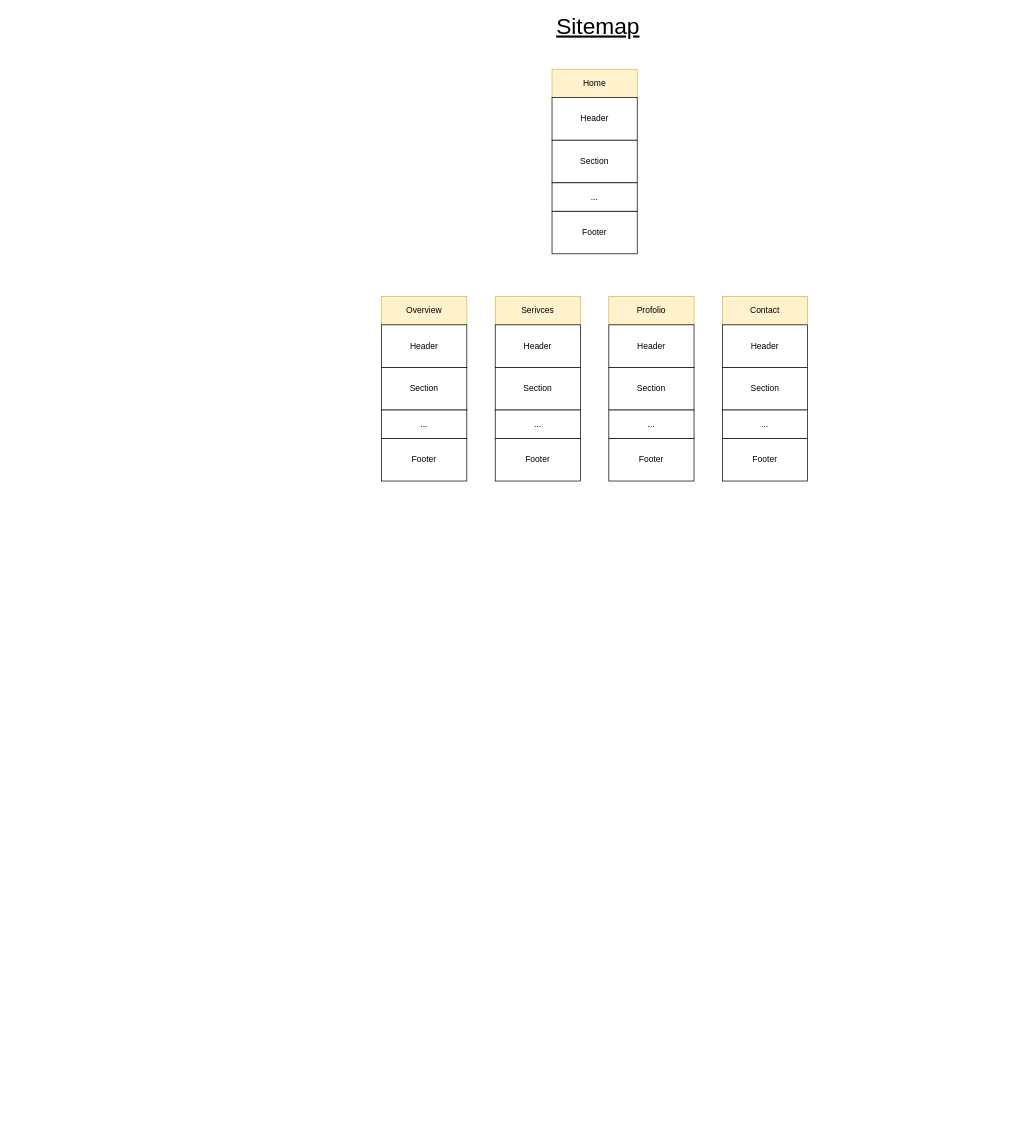
Earlier version of the draw.io diagram Website_Design_Process.drawio (johnseetoh25/draw.io_Gallery). Source tidied: cells renumbered, new cells numbered last; positions are measured from the earlier drawing's top-left corner, leaving out a move shared by most shapes. Both pictures are drawn from the tidied source at 71%, with x=0, y=0 at pixel (381, 12).
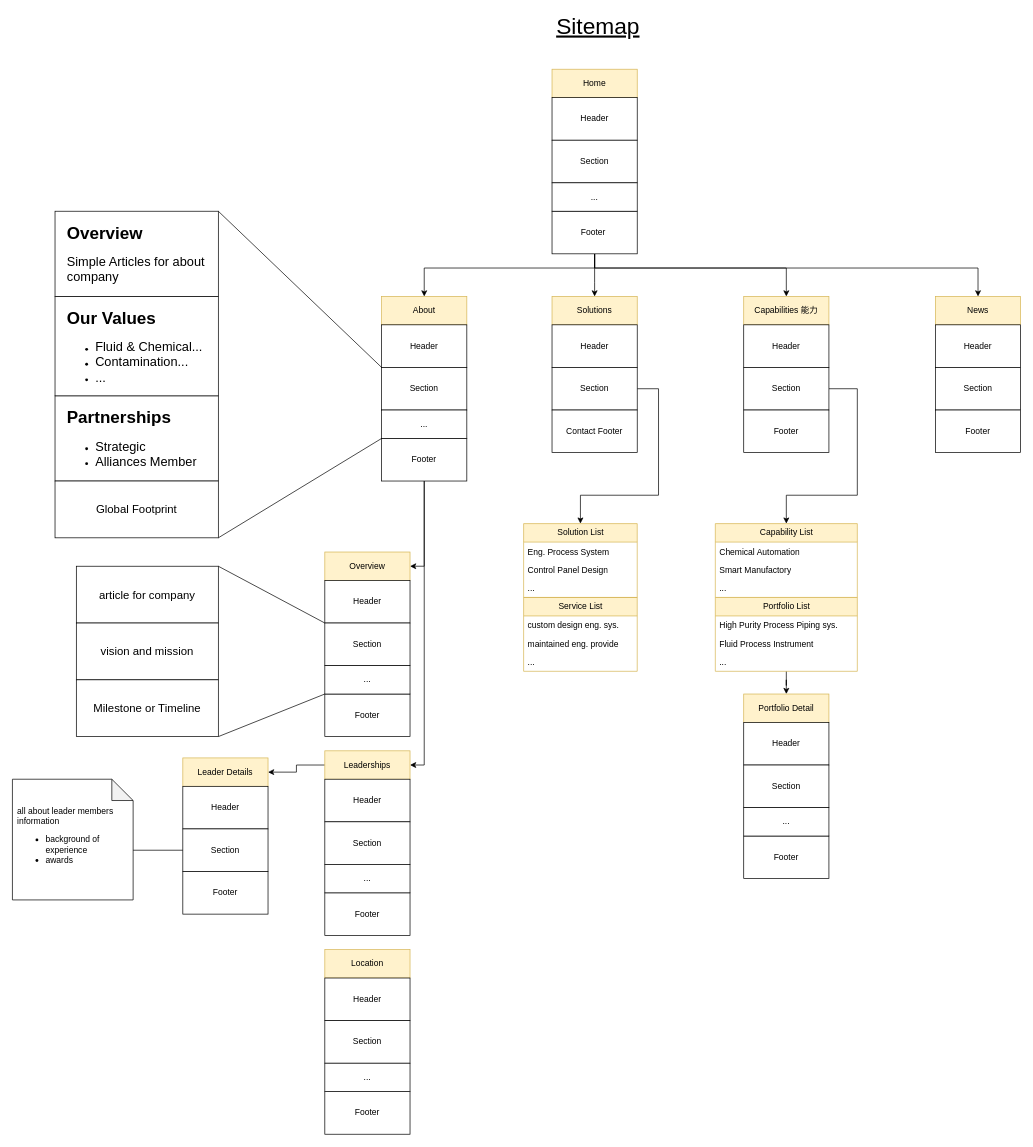
The same diagram, later.

Unchanged cells that the change refers to:
```xml
<mxCell id="10" value="Section" style="rounded=0;whiteSpace=wrap;html=1;" parent="1" vertex="1">
  <mxGeometry y="500" width="120" height="60" as="geometry" />
</mxCell>
<mxCell id="11" value="Footer" style="rounded=0;whiteSpace=wrap;html=1;" parent="1" vertex="1">
  <mxGeometry y="600" width="120" height="60" as="geometry" />
</mxCell>
<mxCell id="12" value="..." style="rounded=0;whiteSpace=wrap;html=1;" parent="1" vertex="1">
  <mxGeometry y="560" width="120" height="40" as="geometry" />
</mxCell>
```

Change to the diagram source:
```diff
@@
+    <mxCell id="28" style="edgeStyle=orthogonalEdgeStyle;rounded=0;jettySize=auto;html=1;entryX=0.5;entryY=0;entryDx=0;entryDy=0;" parent="1" edge="1" source="6" target="8">
+      <mxGeometry relative="1" as="geometry">
+        <Array as="points">
+          <mxPoint x="300" y="360" />
+          <mxPoint x="60" y="360" />
+        </Array>
+      </mxGeometry>
+    </mxCell>
+    <mxCell id="29" style="edgeStyle=orthogonalEdgeStyle;rounded=0;jettySize=auto;html=1;entryX=0.5;entryY=0;entryDx=0;entryDy=0;" parent="1" edge="1" source="6" target="13">
+      <mxGeometry relative="1" as="geometry">
+        <Array as="points">
+          <mxPoint x="300" y="380" />
+          <mxPoint x="300" y="380" />
+        </Array>
+      </mxGeometry>
+    </mxCell>
+    <mxCell id="30" style="edgeStyle=orthogonalEdgeStyle;rounded=0;jettySize=auto;html=1;entryX=0.5;entryY=0;entryDx=0;entryDy=0;" parent="1" edge="1" source="6" target="18">
+      <mxGeometry relative="1" as="geometry">
+        <Array as="points">
+          <mxPoint x="300" y="360" />
+          <mxPoint x="570" y="360" />
+        </Array>
+      </mxGeometry>
+    </mxCell>
+    <mxCell id="31" style="edgeStyle=orthogonalEdgeStyle;rounded=0;jettySize=auto;html=1;entryX=0.5;entryY=0;entryDx=0;entryDy=0;" parent="1" edge="1" source="6" target="23">
+      <mxGeometry relative="1" as="geometry">
+        <Array as="points">
+          <mxPoint x="300" y="360" />
+          <mxPoint x="840" y="360" />
+        </Array>
+      </mxGeometry>
+    </mxCell>
-    <mxCell id="6" value="Footer" style="rounded=0;whiteSpace=wrap;html=1;" parent="1" vertex="1">
+    <mxCell id="6" value="Footer&lt;span style=&quot;background-color: transparent; color: light-dark(rgb(0, 0, 0), rgb(255, 255, 255));&quot;&gt;&amp;nbsp;&lt;/span&gt;" style="rounded=0;whiteSpace=wrap;html=1;" parent="1" vertex="1">
       <mxGeometry x="240" y="280" width="120" height="60" as="geometry" />
     </mxCell>
@@
-    <mxCell id="8" value="Overview" style="rounded=0;whiteSpace=wrap;html=1;fillColor=#fff2cc;strokeColor=#d6b656;" parent="1" vertex="1">
+    <mxCell id="8" value="About" style="rounded=0;whiteSpace=wrap;html=1;fillColor=#fff2cc;strokeColor=#d6b656;" parent="1" vertex="1">
       <mxGeometry y="400" width="120" height="40" as="geometry" />
     </mxCell>
@@
+    <mxCell id="32" style="edgeStyle=orthogonalEdgeStyle;rounded=0;jettySize=auto;html=1;entryX=1;entryY=0.5;entryDx=0;entryDy=0;" parent="1" edge="1" source="11" target="46">
+      <mxGeometry relative="1" as="geometry" />
+    </mxCell>
+    <mxCell id="33" style="edgeStyle=orthogonalEdgeStyle;rounded=0;jettySize=auto;html=1;entryX=1;entryY=0.5;entryDx=0;entryDy=0;" parent="1" edge="1" source="11" target="37">
+      <mxGeometry relative="1" as="geometry" />
+    </mxCell>
@@
-    <mxCell id="13" value="Serivces" style="rounded=0;whiteSpace=wrap;html=1;fillColor=#fff2cc;strokeColor=#d6b656;" parent="1" vertex="1">
-      <mxGeometry x="160" y="400" width="120" height="40" as="geometry" />
+    <mxCell id="13" value="Solutions" style="rounded=0;whiteSpace=wrap;html=1;fillColor=#fff2cc;strokeColor=#d6b656;" parent="1" vertex="1">
+      <mxGeometry x="240" y="400" width="120" height="40" as="geometry" />
     </mxCell>
     <mxCell id="14" value="Header" style="rounded=0;whiteSpace=wrap;html=1;" parent="1" vertex="1">
-      <mxGeometry x="160" y="440" width="120" height="60" as="geometry" />
+      <mxGeometry x="240" y="440" width="120" height="60" as="geometry" />
     </mxCell>
+    <mxCell id="34" style="edgeStyle=orthogonalEdgeStyle;rounded=0;jettySize=auto;html=1;entryX=0.5;entryY=0;entryDx=0;entryDy=0;" parent="1" edge="1" source="15" target="81">
+      <mxGeometry relative="1" as="geometry">
+        <Array as="points">
+          <mxPoint x="390" y="530" />
+          <mxPoint x="390" y="680" />
+          <mxPoint x="280" y="680" />
+        </Array>
+      </mxGeometry>
+    </mxCell>
     <mxCell id="15" value="Section" style="rounded=0;whiteSpace=wrap;html=1;" parent="1" vertex="1">
-      <mxGeometry x="160" y="500" width="120" height="60" as="geometry" />
+      <mxGeometry x="240" y="500" width="120" height="60" as="geometry" />
     </mxCell>
-    <mxCell id="16" value="Footer" style="rounded=0;whiteSpace=wrap;html=1;" parent="1" vertex="1">
-      <mxGeometry x="160" y="600" width="120" height="60" as="geometry" />
+    <mxCell id="16" value="Contact Footer" style="rounded=0;whiteSpace=wrap;html=1;" parent="1" vertex="1">
+      <mxGeometry x="240" y="560" width="120" height="60" as="geometry" />
     </mxCell>
-    <mxCell id="17" value="..." style="rounded=0;whiteSpace=wrap;html=1;" parent="1" vertex="1">
-      <mxGeometry x="160" y="560" width="120" height="40" as="geometry" />
-    </mxCell>
-    <mxCell id="18" value="Profolio" style="rounded=0;whiteSpace=wrap;html=1;fillColor=#fff2cc;strokeColor=#d6b656;" parent="1" vertex="1">
-      <mxGeometry x="320" y="400" width="120" height="40" as="geometry" />
+    <mxCell id="18" value="Capabilities 能力" style="rounded=0;whiteSpace=wrap;html=1;fillColor=#fff2cc;strokeColor=#d6b656;" parent="1" vertex="1">
+      <mxGeometry x="510" y="400" width="120" height="40" as="geometry" />
     </mxCell>
     <mxCell id="19" value="Header" style="rounded=0;whiteSpace=wrap;html=1;" parent="1" vertex="1">
-      <mxGeometry x="320" y="440" width="120" height="60" as="geometry" />
+      <mxGeometry x="510" y="440" width="120" height="60" as="geometry" />
     </mxCell>
+    <mxCell id="35" style="edgeStyle=orthogonalEdgeStyle;rounded=0;jettySize=auto;html=1;entryX=0.5;entryY=0;entryDx=0;entryDy=0;" parent="1" edge="1" source="20" target="73">
+      <mxGeometry relative="1" as="geometry">
+        <Array as="points">
+          <mxPoint x="670" y="530" />
+          <mxPoint x="670" y="680" />
+          <mxPoint x="570" y="680" />
+        </Array>
+      </mxGeometry>
+    </mxCell>
     <mxCell id="20" value="Section" style="rounded=0;whiteSpace=wrap;html=1;" parent="1" vertex="1">
-      <mxGeometry x="320" y="500" width="120" height="60" as="geometry" />
+      <mxGeometry x="510" y="500" width="120" height="60" as="geometry" />
     </mxCell>
     <mxCell id="21" value="Footer" style="rounded=0;whiteSpace=wrap;html=1;" parent="1" vertex="1">
-      <mxGeometry x="320" y="600" width="120" height="60" as="geometry" />
+      <mxGeometry x="510" y="560" width="120" height="60" as="geometry" />
     </mxCell>
-    <mxCell id="22" value="..." style="rounded=0;whiteSpace=wrap;html=1;" parent="1" vertex="1">
-      <mxGeometry x="320" y="560" width="120" height="40" as="geometry" />
-    </mxCell>
-    <mxCell id="23" value="Contact" style="rounded=0;whiteSpace=wrap;html=1;fillColor=#fff2cc;strokeColor=#d6b656;" parent="1" vertex="1">
-      <mxGeometry x="480" y="400" width="120" height="40" as="geometry" />
+    <mxCell id="23" value="News" style="rounded=0;whiteSpace=wrap;html=1;fillColor=#fff2cc;strokeColor=#d6b656;" parent="1" vertex="1">
+      <mxGeometry x="780" y="400" width="120" height="40" as="geometry" />
     </mxCell>
     <mxCell id="24" value="Header" style="rounded=0;whiteSpace=wrap;html=1;" parent="1" vertex="1">
-      <mxGeometry x="480" y="440" width="120" height="60" as="geometry" />
+      <mxGeometry x="780" y="440" width="120" height="60" as="geometry" />
     </mxCell>
     <mxCell id="25" value="Section" style="rounded=0;whiteSpace=wrap;html=1;" parent="1" vertex="1">
-      <mxGeometry x="480" y="500" width="120" height="60" as="geometry" />
+      <mxGeometry x="780" y="500" width="120" height="60" as="geometry" />
     </mxCell>
     <mxCell id="26" value="Footer" style="rounded=0;whiteSpace=wrap;html=1;" parent="1" vertex="1">
-      <mxGeometry x="480" y="600" width="120" height="60" as="geometry" />
+      <mxGeometry x="780" y="560" width="120" height="60" as="geometry" />
     </mxCell>
-    <mxCell id="27" value="..." style="rounded=0;whiteSpace=wrap;html=1;" parent="1" vertex="1">
-      <mxGeometry x="480" y="560" width="120" height="40" as="geometry" />
-    </mxCell>
+    <mxCell id="36" style="edgeStyle=orthogonalEdgeStyle;rounded=0;jettySize=auto;html=1;entryX=1;entryY=0.5;entryDx=0;entryDy=0;" parent="1" edge="1" source="37" target="63">
+      <mxGeometry relative="1" as="geometry" />
+    </mxCell>
+    <mxCell id="37" value="Leaderships" style="rounded=0;whiteSpace=wrap;html=1;fillColor=#fff2cc;strokeColor=#d6b656;" parent="1" vertex="1">
+      <mxGeometry x="-80" y="1040" width="120" height="40" as="geometry" />
+    </mxCell>
+    <mxCell id="38" value="Header" style="rounded=0;whiteSpace=wrap;html=1;" parent="1" vertex="1">
+      <mxGeometry x="-80" y="1080" width="120" height="60" as="geometry" />
+    </mxCell>
+    <mxCell id="39" value="Section" style="rounded=0;whiteSpace=wrap;html=1;" parent="1" vertex="1">
+      <mxGeometry x="-80" y="1140" width="120" height="60" as="geometry" />
+    </mxCell>
+    <mxCell id="40" value="Footer" style="rounded=0;whiteSpace=wrap;html=1;" parent="1" vertex="1">
+      <mxGeometry x="-80" y="1240" width="120" height="60" as="geometry" />
+    </mxCell>
+    <mxCell id="41" value="..." style="rounded=0;whiteSpace=wrap;html=1;" parent="1" vertex="1">
+      <mxGeometry x="-80" y="1200" width="120" height="40" as="geometry" />
+    </mxCell>
+    <mxCell id="42" style="rounded=0;whiteSpace=wrap;html=1;" parent="1" vertex="1">
+      <mxGeometry x="-460" y="540" width="230" height="120" as="geometry" />
+    </mxCell>
+    <mxCell id="43" value="&lt;h1 style=&quot;margin-top: 0px;&quot;&gt;Partnerships&lt;/h1&gt;&lt;p&gt;&lt;/p&gt;&lt;ul&gt;&lt;li&gt;&lt;font style=&quot;font-size: 18px;&quot;&gt;Strategic&lt;/font&gt;&lt;/li&gt;&lt;li&gt;&lt;font style=&quot;font-size: 18px;&quot;&gt;Alliances Member&lt;/font&gt;&lt;/li&gt;&lt;/ul&gt;&lt;p&gt;&lt;/p&gt;" style="text;html=1;whiteSpace=wrap;overflow=hidden;rounded=0;" parent="1" vertex="1">
+      <mxGeometry x="-445" y="550" width="200" height="100" as="geometry" />
+    </mxCell>
+    <mxCell id="44" style="rounded=0;whiteSpace=wrap;html=1;" parent="1" vertex="1">
+      <mxGeometry x="-460" y="400" width="230" height="140" as="geometry" />
+    </mxCell>
+    <mxCell id="45" value="&lt;h1 style=&quot;margin-top: 0px;&quot;&gt;Our Values&lt;/h1&gt;&lt;p&gt;&lt;/p&gt;&lt;ul&gt;&lt;li&gt;&lt;span style=&quot;font-size: 18px;&quot;&gt;Fluid &amp;amp; Chemical...&lt;/span&gt;&lt;/li&gt;&lt;li&gt;&lt;span style=&quot;font-size: 18px;&quot;&gt;Contamination...&lt;/span&gt;&lt;/li&gt;&lt;li&gt;&lt;span style=&quot;font-size: 18px;&quot;&gt;...&lt;/span&gt;&lt;/li&gt;&lt;/ul&gt;&lt;p&gt;&lt;/p&gt;" style="text;html=1;whiteSpace=wrap;overflow=hidden;rounded=0;" parent="1" vertex="1">
+      <mxGeometry x="-445" y="410" width="200" height="120" as="geometry" />
+    </mxCell>
+    <mxCell id="46" value="Overview" style="rounded=0;whiteSpace=wrap;html=1;fillColor=#fff2cc;strokeColor=#d6b656;" parent="1" vertex="1">
+      <mxGeometry x="-80" y="760" width="120" height="40" as="geometry" />
+    </mxCell>
+    <mxCell id="47" value="Header" style="rounded=0;whiteSpace=wrap;html=1;" parent="1" vertex="1">
+      <mxGeometry x="-80" y="800" width="120" height="60" as="geometry" />
+    </mxCell>
+    <mxCell id="48" value="Section" style="rounded=0;whiteSpace=wrap;html=1;" parent="1" vertex="1">
+      <mxGeometry x="-80" y="860" width="120" height="60" as="geometry" />
+    </mxCell>
+    <mxCell id="49" value="Footer" style="rounded=0;whiteSpace=wrap;html=1;" parent="1" vertex="1">
+      <mxGeometry x="-80" y="960" width="120" height="60" as="geometry" />
+    </mxCell>
+    <mxCell id="50" value="..." style="rounded=0;whiteSpace=wrap;html=1;" parent="1" vertex="1">
+      <mxGeometry x="-80" y="920" width="120" height="40" as="geometry" />
+    </mxCell>
+    <mxCell id="51" style="rounded=0;whiteSpace=wrap;html=1;" parent="1" vertex="1">
+      <mxGeometry x="-460" y="280" width="230" height="120" as="geometry" />
+    </mxCell>
+    <mxCell id="52" value="&lt;h1 style=&quot;margin-top: 0px;&quot;&gt;Overview&lt;/h1&gt;&lt;p&gt;&lt;/p&gt;&lt;span style=&quot;font-size: 18px; background-color: transparent; color: light-dark(rgb(0, 0, 0), rgb(255, 255, 255));&quot;&gt;Simple Articles for about company&amp;nbsp;&lt;/span&gt;&lt;p&gt;&lt;/p&gt;" style="text;html=1;whiteSpace=wrap;overflow=hidden;rounded=0;" parent="1" vertex="1">
+      <mxGeometry x="-445" y="290" width="200" height="100" as="geometry" />
+    </mxCell>
+    <mxCell id="53" style="endArrow=none;html=1;rounded=0;entryX=0;entryY=0;entryDx=0;entryDy=0;exitX=1;exitY=0;exitDx=0;exitDy=0;" parent="1" edge="1" source="51" target="10">
+      <mxGeometry relative="1" as="geometry" />
+    </mxCell>
+    <mxCell id="54" style="endArrow=none;html=1;rounded=0;entryX=0;entryY=1;entryDx=0;entryDy=0;exitX=1;exitY=1;exitDx=0;exitDy=0;" parent="1" edge="1" source="58" target="12">
+      <mxGeometry relative="1" as="geometry" />
+    </mxCell>
+    <mxCell id="55" value="&lt;font style=&quot;font-size: 16px;&quot;&gt;article for company&lt;/font&gt;" style="rounded=0;whiteSpace=wrap;html=1;" parent="1" vertex="1">
+      <mxGeometry x="-430" y="780" width="200" height="80" as="geometry" />
+    </mxCell>
+    <mxCell id="56" value="vision and mission" style="rounded=0;whiteSpace=wrap;html=1;fontSize=16;" parent="1" vertex="1">
+      <mxGeometry x="-430" y="860" width="200" height="80" as="geometry" />
+    </mxCell>
+    <mxCell id="57" value="Milestone or Timeline" style="rounded=0;whiteSpace=wrap;html=1;fontSize=16;" parent="1" vertex="1">
+      <mxGeometry x="-430" y="940" width="200" height="80" as="geometry" />
+    </mxCell>
+    <mxCell id="58" value="Global Footprint" style="rounded=0;whiteSpace=wrap;html=1;fontSize=16;" parent="1" vertex="1">
+      <mxGeometry x="-460" y="660" width="230" height="80" as="geometry" />
+    </mxCell>
+    <mxCell id="59" style="endArrow=none;html=1;rounded=0;entryX=1;entryY=0;entryDx=0;entryDy=0;exitX=0;exitY=0;exitDx=0;exitDy=0;" parent="1" edge="1" source="48" target="55">
+      <mxGeometry relative="1" as="geometry" />
+    </mxCell>
+    <mxCell id="60" style="endArrow=none;html=1;rounded=0;entryX=0;entryY=1;entryDx=0;entryDy=0;exitX=1;exitY=1;exitDx=0;exitDy=0;" parent="1" edge="1" source="57" target="50">
+      <mxGeometry relative="1" as="geometry" />
+    </mxCell>
+    <mxCell id="61" value="&lt;div&gt;&lt;br&gt;&lt;/div&gt;" style="shape=note;whiteSpace=wrap;html=1;backgroundOutline=1;darkOpacity=0.05;align=left;" parent="1" vertex="1">
+      <mxGeometry x="-520" y="1080" width="170" height="170" as="geometry" />
+    </mxCell>
+    <mxCell id="62" value="all about leader members information&lt;div&gt;&lt;ul&gt;&lt;li&gt;background of experience&lt;/li&gt;&lt;li&gt;awards&lt;/li&gt;&lt;/ul&gt;&lt;/div&gt;" style="text;html=1;align=left;verticalAlign=middle;whiteSpace=wrap;rounded=0;" parent="1" vertex="1">
+      <mxGeometry x="-515" y="1113" width="160" height="104" as="geometry" />
+    </mxCell>
+    <mxCell id="63" value="Leader Details" style="rounded=0;whiteSpace=wrap;html=1;fillColor=#fff2cc;strokeColor=#d6b656;" parent="1" vertex="1">
+      <mxGeometry x="-280" y="1050" width="120" height="40" as="geometry" />
+    </mxCell>
+    <mxCell id="64" value="Header" style="rounded=0;whiteSpace=wrap;html=1;" parent="1" vertex="1">
+      <mxGeometry x="-280" y="1090" width="120" height="60" as="geometry" />
+    </mxCell>
+    <mxCell id="65" value="Section" style="rounded=0;whiteSpace=wrap;html=1;" parent="1" vertex="1">
+      <mxGeometry x="-280" y="1150" width="120" height="60" as="geometry" />
+    </mxCell>
+    <mxCell id="66" value="Footer" style="rounded=0;whiteSpace=wrap;html=1;" parent="1" vertex="1">
+      <mxGeometry x="-280" y="1210" width="120" height="60" as="geometry" />
+    </mxCell>
+    <mxCell id="67" style="edgeStyle=orthogonalEdgeStyle;rounded=0;jettySize=auto;html=1;entryX=0;entryY=0;entryDx=170;entryDy=100;entryPerimeter=0;endArrow=none;startFill=0;" parent="1" edge="1" source="65" target="61">
+      <mxGeometry relative="1" as="geometry" />
+    </mxCell>
+    <mxCell id="68" value="Location" style="rounded=0;whiteSpace=wrap;html=1;fillColor=#fff2cc;strokeColor=#d6b656;" parent="1" vertex="1">
+      <mxGeometry x="-80" y="1320" width="120" height="40" as="geometry" />
+    </mxCell>
+    <mxCell id="69" value="Header" style="rounded=0;whiteSpace=wrap;html=1;" parent="1" vertex="1">
+      <mxGeometry x="-80" y="1360" width="120" height="60" as="geometry" />
+    </mxCell>
+    <mxCell id="70" value="Section" style="rounded=0;whiteSpace=wrap;html=1;" parent="1" vertex="1">
+      <mxGeometry x="-80" y="1420" width="120" height="60" as="geometry" />
+    </mxCell>
+    <mxCell id="71" value="Footer" style="rounded=0;whiteSpace=wrap;html=1;" parent="1" vertex="1">
+      <mxGeometry x="-80" y="1520" width="120" height="60" as="geometry" />
+    </mxCell>
+    <mxCell id="72" value="..." style="rounded=0;whiteSpace=wrap;html=1;" parent="1" vertex="1">
+      <mxGeometry x="-80" y="1480" width="120" height="40" as="geometry" />
+    </mxCell>
+    <mxCell id="73" value="Capability List" style="swimlane;fontStyle=0;horizontal=1;startSize=26;fillColor=#fff2cc;html=1;strokeColor=#d6b656;" parent="1" vertex="1">
+      <mxGeometry x="470" y="720" width="200" height="104" as="geometry" />
+    </mxCell>
+    <mxCell id="74" value="Chemical Automation" style="text;strokeColor=none;fillColor=none;align=left;verticalAlign=top;spacingLeft=4;spacingRight=4;overflow=hidden;whiteSpace=wrap;html=1;" parent="73" vertex="1">
+      <mxGeometry y="26" width="200" height="26" as="geometry" />
+    </mxCell>
+    <mxCell id="75" value="Smart Manufactory" style="text;strokeColor=none;fillColor=none;align=left;verticalAlign=top;spacingLeft=4;spacingRight=4;overflow=hidden;whiteSpace=wrap;html=1;" parent="73" vertex="1">
+      <mxGeometry y="52" width="200" height="26" as="geometry" />
+    </mxCell>
+    <mxCell id="76" value="..." style="text;strokeColor=none;fillColor=none;align=left;verticalAlign=top;spacingLeft=4;spacingRight=4;overflow=hidden;whiteSpace=wrap;html=1;" parent="73" vertex="1">
+      <mxGeometry y="78" width="200" height="26" as="geometry" />
+    </mxCell>
+    <mxCell id="77" value="Service List" style="swimlane;fontStyle=0;horizontal=1;startSize=26;fillColor=#fff2cc;html=1;strokeColor=#d6b656;" parent="1" vertex="1">
+      <mxGeometry x="200" y="824" width="160" height="104" as="geometry" />
+    </mxCell>
+    <mxCell id="78" value="custom design eng. sys." style="text;strokeColor=none;fillColor=none;align=left;verticalAlign=top;spacingLeft=4;spacingRight=4;overflow=hidden;whiteSpace=wrap;html=1;" parent="77" vertex="1">
+      <mxGeometry y="26" width="160" height="26" as="geometry" />
+    </mxCell>
+    <mxCell id="79" value="maintained eng. provide&amp;nbsp;" style="text;strokeColor=none;fillColor=none;align=left;verticalAlign=top;spacingLeft=4;spacingRight=4;overflow=hidden;whiteSpace=wrap;html=1;" parent="77" vertex="1">
+      <mxGeometry y="52" width="160" height="26" as="geometry" />
+    </mxCell>
+    <mxCell id="80" value="..." style="text;strokeColor=none;fillColor=none;align=left;verticalAlign=top;spacingLeft=4;spacingRight=4;overflow=hidden;whiteSpace=wrap;html=1;" parent="77" vertex="1">
+      <mxGeometry y="78" width="160" height="26" as="geometry" />
+    </mxCell>
+    <mxCell id="81" value="Solution List" style="swimlane;fontStyle=0;horizontal=1;startSize=26;fillColor=#fff2cc;html=1;strokeColor=#d6b656;" parent="1" vertex="1">
+      <mxGeometry x="200" y="720" width="160" height="104" as="geometry" />
+    </mxCell>
+    <mxCell id="82" value="Eng. Process System" style="text;strokeColor=none;fillColor=none;align=left;verticalAlign=top;spacingLeft=4;spacingRight=4;overflow=hidden;whiteSpace=wrap;html=1;" parent="81" vertex="1">
+      <mxGeometry y="26" width="160" height="26" as="geometry" />
+    </mxCell>
+    <mxCell id="83" value="Control Panel Design" style="text;strokeColor=none;fillColor=none;align=left;verticalAlign=top;spacingLeft=4;spacingRight=4;overflow=hidden;whiteSpace=wrap;html=1;" parent="81" vertex="1">
+      <mxGeometry y="52" width="160" height="26" as="geometry" />
+    </mxCell>
+    <mxCell id="84" value="..." style="text;strokeColor=none;fillColor=none;align=left;verticalAlign=top;spacingLeft=4;spacingRight=4;overflow=hidden;whiteSpace=wrap;html=1;" parent="81" vertex="1">
+      <mxGeometry y="78" width="160" height="26" as="geometry" />
+    </mxCell>
+    <mxCell id="85" style="edgeStyle=orthogonalEdgeStyle;rounded=0;jettySize=auto;html=1;entryX=0.5;entryY=0;entryDx=0;entryDy=0;" parent="1" edge="1" source="86" target="90">
+      <mxGeometry relative="1" as="geometry" />
+    </mxCell>
+    <mxCell id="86" value="Portfolio List" style="swimlane;fontStyle=0;horizontal=1;startSize=26;fillColor=#fff2cc;html=1;strokeColor=#d6b656;" parent="1" vertex="1">
+      <mxGeometry x="470" y="824" width="200" height="104" as="geometry" />
+    </mxCell>
+    <mxCell id="87" value="High Purity Process Piping sys." style="text;strokeColor=none;fillColor=none;align=left;verticalAlign=top;spacingLeft=4;spacingRight=4;overflow=hidden;whiteSpace=wrap;html=1;" parent="86" vertex="1">
+      <mxGeometry y="26" width="200" height="26" as="geometry" />
+    </mxCell>
+    <mxCell id="88" value="Fluid Process Instrument" style="text;strokeColor=none;fillColor=none;align=left;verticalAlign=top;spacingLeft=4;spacingRight=4;overflow=hidden;whiteSpace=wrap;html=1;" parent="86" vertex="1">
+      <mxGeometry y="52" width="200" height="26" as="geometry" />
+    </mxCell>
+    <mxCell id="89" value="..." style="text;strokeColor=none;fillColor=none;align=left;verticalAlign=top;spacingLeft=4;spacingRight=4;overflow=hidden;whiteSpace=wrap;html=1;" parent="86" vertex="1">
+      <mxGeometry y="78" width="200" height="26" as="geometry" />
+    </mxCell>
+    <mxCell id="90" value="Portfolio Detail" style="rounded=0;whiteSpace=wrap;html=1;fillColor=#fff2cc;strokeColor=#d6b656;" parent="1" vertex="1">
+      <mxGeometry x="510" y="960" width="120" height="40" as="geometry" />
+    </mxCell>
+    <mxCell id="91" value="Header" style="rounded=0;whiteSpace=wrap;html=1;" parent="1" vertex="1">
+      <mxGeometry x="510" y="1000" width="120" height="60" as="geometry" />
+    </mxCell>
+    <mxCell id="92" value="Section" style="rounded=0;whiteSpace=wrap;html=1;" parent="1" vertex="1">
+      <mxGeometry x="510" y="1060" width="120" height="60" as="geometry" />
+    </mxCell>
+    <mxCell id="93" value="Footer" style="rounded=0;whiteSpace=wrap;html=1;" parent="1" vertex="1">
+      <mxGeometry x="510" y="1160" width="120" height="60" as="geometry" />
+    </mxCell>
+    <mxCell id="94" value="..." style="rounded=0;whiteSpace=wrap;html=1;" parent="1" vertex="1">
+      <mxGeometry x="510" y="1120" width="120" height="40" as="geometry" />
+    </mxCell>
```
